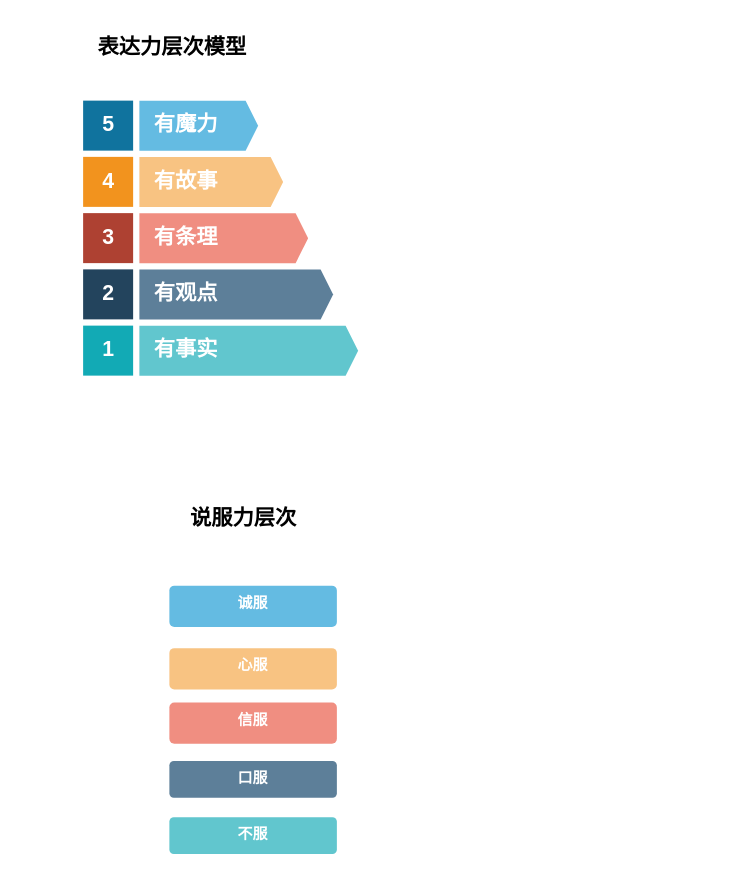
Before: page "表达力" (7 of 9) of 模型.drawio in mashifei/uml, a draw.io diagram. Source tidied: cells renumbered, new cells numbered last; positions are measured from the earlier drawing's top-left corner, leaving out a move shared by most shapes. Both pictures are drawn from the tidied source at 125%, with x=0, y=0 at pixel (21, 35).
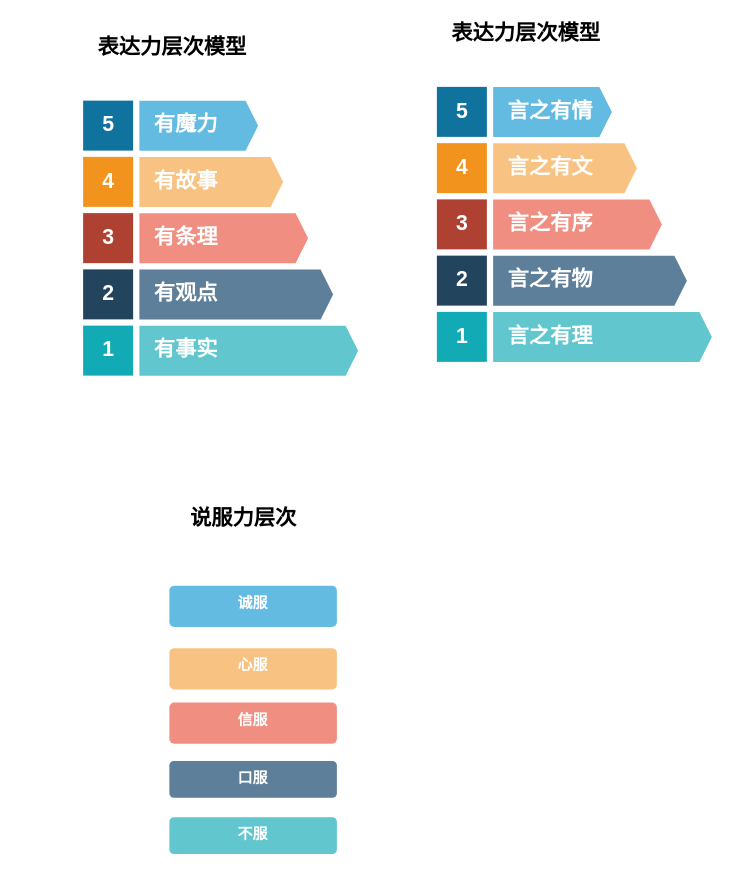
After the change.

The edit, as a diff of the source:
```diff
@@
+    <mxCell id="19" value="5" style="html=1;fillColor=#10739E;strokeColor=none;shadow=0;fontSize=17;fontColor=#FFFFFF;align=center;fontStyle=1;rounded=0;" parent="1" vertex="1">
+      <mxGeometry x="332" y="41" width="40" height="40" as="geometry" />
+    </mxCell>
+    <mxCell id="20" value="言之有情" style="shape=mxgraph.infographic.ribbonSimple;notch1=0;notch2=10;notch=0;html=1;strokeColor=none;shadow=0;fontSize=17;fontColor=#FFFFFF;align=left;spacingLeft=10;fontStyle=1;fillColor=#64BBE2;" parent="1" vertex="1">
+      <mxGeometry x="377" y="41" width="95" height="40" as="geometry" />
+    </mxCell>
+    <mxCell id="21" value="4" style="html=1;fillColor=#F2931E;strokeColor=none;shadow=0;fontSize=17;fontColor=#FFFFFF;align=center;fontStyle=1;rounded=0;" parent="1" vertex="1">
+      <mxGeometry x="332" y="86" width="40" height="40" as="geometry" />
+    </mxCell>
+    <mxCell id="22" value="言之有文" style="shape=mxgraph.infographic.ribbonSimple;notch1=0;notch2=10;notch=0;html=1;strokeColor=none;shadow=0;fontSize=17;fontColor=#FFFFFF;align=left;spacingLeft=10;fontStyle=1;fillColor=#F8C382;" parent="1" vertex="1">
+      <mxGeometry x="377" y="86" width="115" height="40" as="geometry" />
+    </mxCell>
+    <mxCell id="23" value="3" style="html=1;fillColor=#AE4132;strokeColor=none;shadow=0;fontSize=17;fontColor=#FFFFFF;align=center;fontStyle=1;rounded=0;" parent="1" vertex="1">
+      <mxGeometry x="332" y="131" width="40" height="40" as="geometry" />
+    </mxCell>
+    <mxCell id="24" value="言之有序" style="shape=mxgraph.infographic.ribbonSimple;notch1=0;notch2=10;notch=0;html=1;fillColor=#F08E81;strokeColor=none;shadow=0;fontSize=17;fontColor=#FFFFFF;align=left;spacingLeft=10;fontStyle=1;" parent="1" vertex="1">
+      <mxGeometry x="377" y="131" width="135" height="40" as="geometry" />
+    </mxCell>
+    <mxCell id="25" value="2" style="html=1;fillColor=#23445D;strokeColor=none;shadow=0;fontSize=17;fontColor=#FFFFFF;align=center;fontStyle=1;rounded=0;" parent="1" vertex="1">
+      <mxGeometry x="332" y="176" width="40" height="40" as="geometry" />
+    </mxCell>
+    <mxCell id="26" value="言之有物" style="shape=mxgraph.infographic.ribbonSimple;notch1=0;notch2=10;notch=0;html=1;fillColor=#5D7F99;strokeColor=none;shadow=0;fontSize=17;fontColor=#FFFFFF;align=left;spacingLeft=10;fontStyle=1;" parent="1" vertex="1">
+      <mxGeometry x="377" y="176" width="155" height="40" as="geometry" />
+    </mxCell>
+    <mxCell id="27" value="1" style="html=1;fillColor=#12AAB5;strokeColor=none;shadow=0;fontSize=17;fontColor=#FFFFFF;align=center;fontStyle=1;rounded=0;" parent="1" vertex="1">
+      <mxGeometry x="332" y="221" width="40" height="40" as="geometry" />
+    </mxCell>
+    <mxCell id="28" value="言之有理" style="shape=mxgraph.infographic.ribbonSimple;notch1=0;notch2=10;notch=0;html=1;fillColor=#61C6CE;strokeColor=none;shadow=0;fontSize=17;fontColor=#FFFFFF;align=left;spacingLeft=10;fontStyle=1;" parent="1" vertex="1">
+      <mxGeometry x="377" y="221" width="175" height="40" as="geometry" />
+    </mxCell>
+    <mxCell id="29" value="表达力层次模型" style="text;html=1;strokeColor=none;fillColor=none;align=center;verticalAlign=middle;whiteSpace=wrap;rounded=0;fontStyle=1;fontSize=17;" parent="1" vertex="1">
+      <mxGeometry x="283" y="-11" width="241" height="20" as="geometry" />
+    </mxCell>
```
